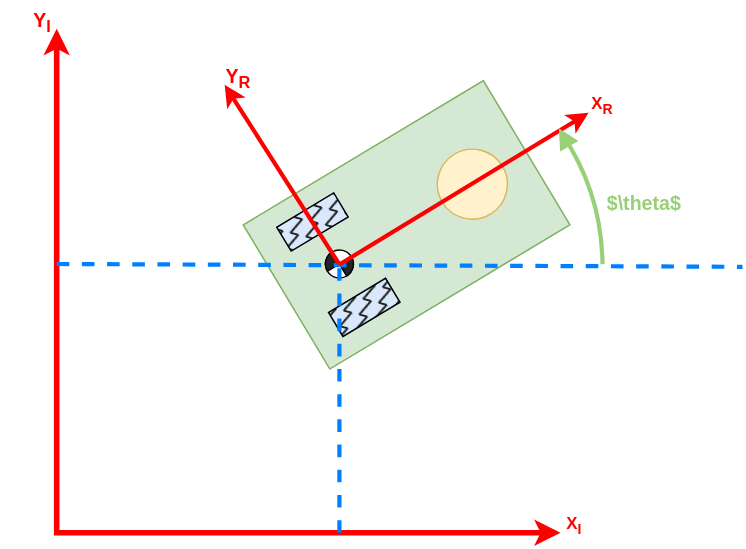
This is Figures/figPositionalRepresentation.drawio.svg from orjano-max/ORJANOS_MASTER_REPO, a draw.io export, as it was before one commit. Source tidied: cells renumbered, new cells last; positions are measured from the earlier drawing's top-left corner, leaving out a move shared by most shapes.
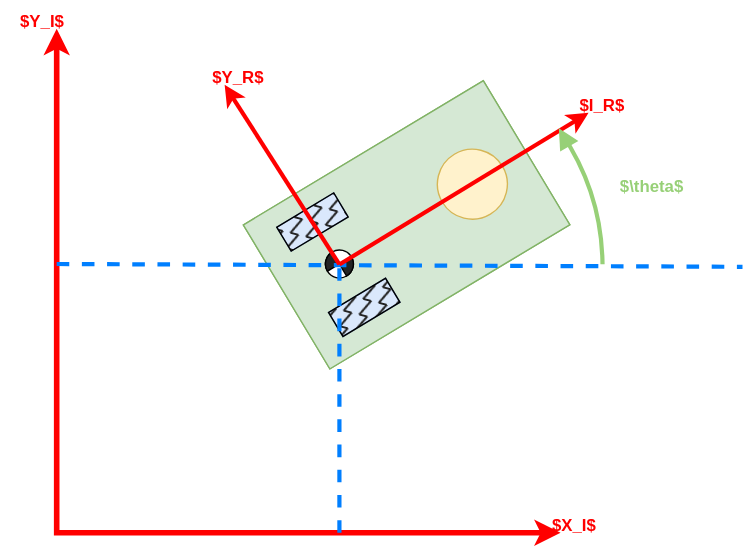
After the commit.

The edit, as a diff of the source:
```diff
@@ -60,16 +60,16 @@
         <mxPoint x="420" y="80" as="targetPoint" />
       </mxGeometry>
     </mxCell>
-    <mxCell id="17" value="&lt;b style=&quot;font-size: 14px;&quot;&gt;Y&lt;sub&gt;R&lt;/sub&gt;&lt;/b&gt;" style="text;html=1;strokeColor=none;fillColor=none;align=center;verticalAlign=middle;whiteSpace=wrap;rounded=0;fontColor=#FF0000;" parent="1" vertex="1">
+    <mxCell id="17" value="&lt;b&gt;$Y_R$&lt;/b&gt;" style="text;html=1;strokeColor=none;fillColor=none;align=center;verticalAlign=middle;whiteSpace=wrap;rounded=0;fontColor=#FF0000;" parent="1" vertex="1">
       <mxGeometry x="140" y="40" width="60" height="30" as="geometry" />
     </mxCell>
-    <mxCell id="18" value="&lt;b&gt;X&lt;sub&gt;R&lt;/sub&gt;&lt;/b&gt;" style="text;html=1;strokeColor=none;fillColor=none;align=center;verticalAlign=middle;whiteSpace=wrap;rounded=0;fontColor=#FF0000;" parent="1" vertex="1">
+    <mxCell id="18" value="&lt;b&gt;$I_R$&lt;/b&gt;" style="text;html=1;strokeColor=none;fillColor=none;align=center;verticalAlign=middle;whiteSpace=wrap;rounded=0;fontColor=#FF0000;" parent="1" vertex="1">
       <mxGeometry x="400" y="60" width="60" height="30" as="geometry" />
     </mxCell>
-    <mxCell id="19" value="&lt;b style=&quot;font-size: 14px;&quot;&gt;Y&lt;sub&gt;I&lt;/sub&gt;&lt;/b&gt;" style="text;html=1;strokeColor=none;fillColor=none;align=center;verticalAlign=middle;whiteSpace=wrap;rounded=0;fontColor=#FF0000;" parent="1" vertex="1">
+    <mxCell id="19" value="&lt;b&gt;$Y_I$&lt;/b&gt;" style="text;html=1;strokeColor=none;fillColor=none;align=center;verticalAlign=middle;whiteSpace=wrap;rounded=0;fontColor=#FF0000;" parent="1" vertex="1">
       <mxGeometry width="60" height="30" as="geometry" />
     </mxCell>
-    <mxCell id="20" value="&lt;b&gt;X&lt;sub&gt;I&lt;/sub&gt;&lt;/b&gt;" style="text;html=1;strokeColor=none;fillColor=none;align=center;verticalAlign=middle;whiteSpace=wrap;rounded=0;fontColor=#FF0000;" parent="1" vertex="1">
+    <mxCell id="20" value="&lt;b&gt;$X_I$&lt;/b&gt;" style="text;html=1;strokeColor=none;fillColor=none;align=center;verticalAlign=middle;whiteSpace=wrap;rounded=0;fontColor=#FF0000;" parent="1" vertex="1">
       <mxGeometry x="380" y="360" width="60" height="30" as="geometry" />
     </mxCell>
     <mxCell id="21" style="endArrow=none;dashed=1;html=1;rounded=0;strokeWidth=3;fillColor=#cce5ff;strokeColor=#007FFF;" parent="1" edge="1">
@@ -84,8 +84,8 @@
     <mxCell id="23" style="verticalLabelPosition=bottom;verticalAlign=top;html=1;shape=mxgraph.basic.acute_triangle;dx=0.5;rotation=-30;strokeColor=none;fillColor=#97D077;" parent="1" vertex="1">
       <mxGeometry x="395" y="90" width="15" height="14.9" as="geometry" />
     </mxCell>
-    <mxCell id="24" value="&lt;font size=&quot;1&quot; color=&quot;#97d077&quot;&gt;&lt;b style=&quot;font-size: 14px;&quot;&gt;$\theta$&lt;/b&gt;&lt;/font&gt;" style="text;html=1;strokeColor=none;fillColor=none;align=center;verticalAlign=middle;whiteSpace=wrap;rounded=0;fontColor=#FF0000;" parent="1" vertex="1">
-      <mxGeometry x="430" y="130" width="60" height="30" as="geometry" />
+    <mxCell id="24" value="&lt;b&gt;&lt;font color=&quot;#97d077&quot;&gt;$\theta$&lt;/font&gt;&lt;/b&gt;" style="text;html=1;align=center;verticalAlign=middle;strokeColor=none;fillColor=none;" parent="1" vertex="1">
+      <mxGeometry x="430" y="118" width="70" height="30" as="geometry" />
     </mxCell>
   </root>
 </mxGraphModel>
```
